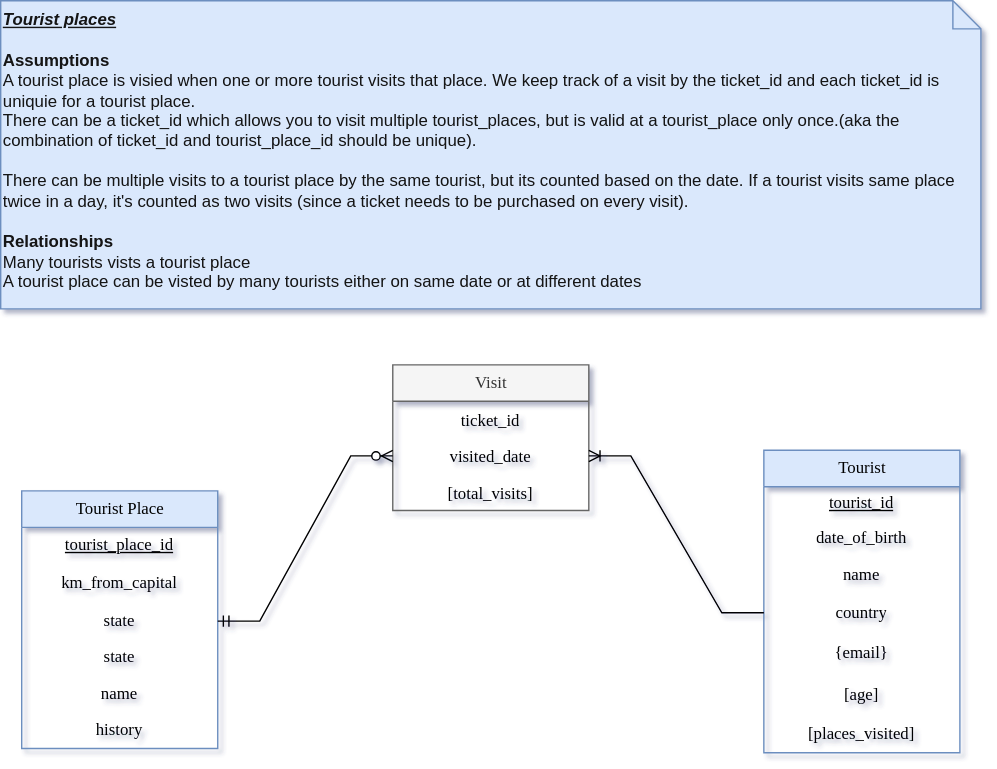
This is Tourism.drawio.svg from supriya-kotturu/entity-relationship-diagrams, a draw.io export, as it was before one commit. Source tidied: cells renumbered, new cells last; positions are measured from the earlier drawing's top-left corner, leaving out a move shared by most shapes.
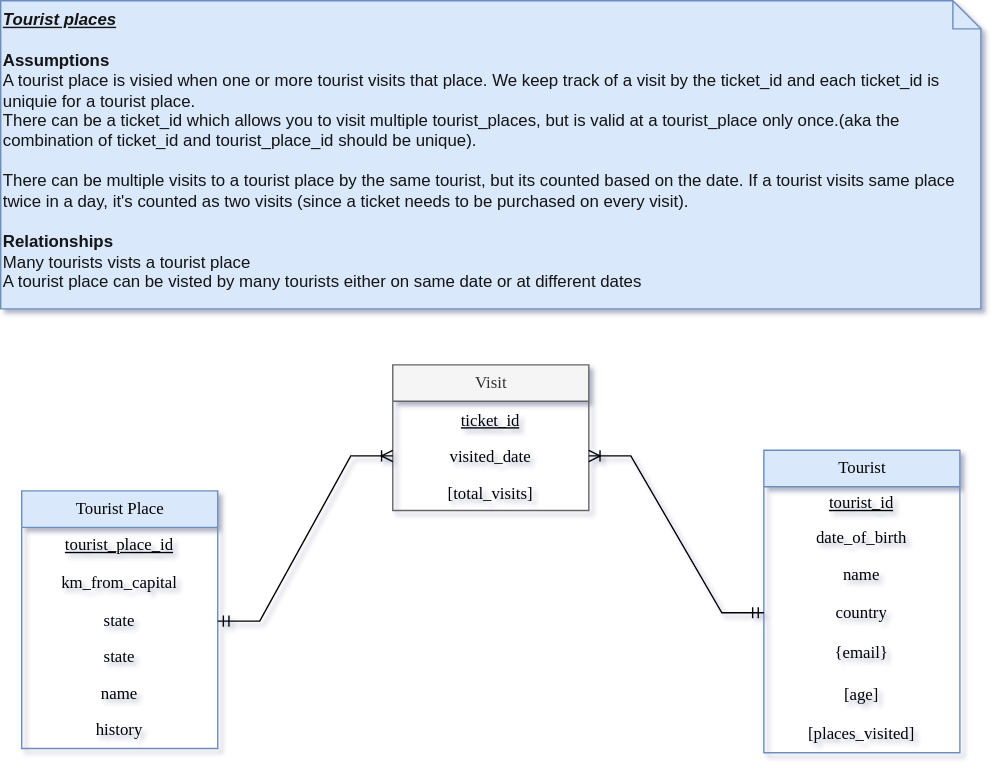
After the change.

Diff of the diagram source:
```diff
@@ -53,7 +53,7 @@
     <mxCell id="18" value="Visit" style="swimlane;fontStyle=0;horizontal=1;startSize=26;fillColor=#f5f5f5;html=1;labelBackgroundColor=none;fontFamily=Verdana;strokeColor=#666666;fontColor=#333333;" parent="1" vertex="1">
       <mxGeometry x="280" y="260" width="140" height="104" as="geometry" />
     </mxCell>
-    <mxCell id="19" value="ticket_id" style="text;strokeColor=none;fillColor=none;align=center;verticalAlign=top;spacingLeft=4;spacingRight=4;overflow=hidden;whiteSpace=wrap;html=1;labelBackgroundColor=none;fontFamily=Verdana;fontColor=#000000;" parent="18" vertex="1">
+    <mxCell id="19" value="&lt;u&gt;ticket_id&lt;/u&gt;" style="text;strokeColor=none;fillColor=none;align=center;verticalAlign=top;spacingLeft=4;spacingRight=4;overflow=hidden;whiteSpace=wrap;html=1;labelBackgroundColor=none;fontFamily=Verdana;fontColor=#000000;" parent="18" vertex="1">
       <mxGeometry y="26" width="140" height="26" as="geometry" />
     </mxCell>
     <mxCell id="20" value="visited_date" style="text;strokeColor=none;fillColor=none;align=center;verticalAlign=top;spacingLeft=4;spacingRight=4;overflow=hidden;points=[[0,0.5],[1,0.5]];portConstraint=eastwest;whiteSpace=wrap;html=1;labelBackgroundColor=none;fontFamily=Verdana;fontColor=#000000;" parent="18" vertex="1">
@@ -62,11 +62,11 @@
     <mxCell id="21" value="[total_visits]" style="text;strokeColor=none;fillColor=none;align=center;verticalAlign=top;spacingLeft=4;spacingRight=4;overflow=hidden;whiteSpace=wrap;html=1;labelBackgroundColor=none;fontFamily=Verdana;fontColor=#000000;" parent="18" vertex="1">
       <mxGeometry y="78" width="140" height="26" as="geometry" />
     </mxCell>
+    <mxCell id="23" style="edgeStyle=entityRelationEdgeStyle;fontSize=12;html=1;endArrow=ERoneToMany;startArrow=ERmandOne;rounded=0;exitX=0;exitY=0.5;exitDx=0;exitDy=0;entryX=1;entryY=0.5;entryDx=0;entryDy=0;" parent="1" edge="1" source="14" target="20">
+      <mxGeometry relative="1" as="geometry" />
+    </mxCell>
-    <mxCell id="22" style="edgeStyle=entityRelationEdgeStyle;fontSize=12;html=1;endArrow=ERzeroToMany;startArrow=ERmandOne;rounded=0;exitX=1;exitY=0.5;exitDx=0;exitDy=0;entryX=0;entryY=0.5;entryDx=0;entryDy=0;" parent="1" edge="1" source="6" target="20">
+    <mxCell id="22" style="edgeStyle=entityRelationEdgeStyle;fontSize=12;html=1;endArrow=ERoneToMany;startArrow=ERmandOne;rounded=0;exitX=1;exitY=0.5;exitDx=0;exitDy=0;entryX=0;entryY=0.5;entryDx=0;entryDy=0;" parent="1" edge="1" source="6" target="20">
       <mxGeometry relative="1" as="geometry" />
     </mxCell>
-    <mxCell id="23" style="edgeStyle=entityRelationEdgeStyle;fontSize=12;html=1;endArrow=ERoneToMany;rounded=0;exitX=0;exitY=0.5;exitDx=0;exitDy=0;entryX=1;entryY=0.5;entryDx=0;entryDy=0;" parent="1" edge="1" source="14" target="20">
-      <mxGeometry relative="1" as="geometry" />
-    </mxCell>
   </root>
 </mxGraphModel>
```
